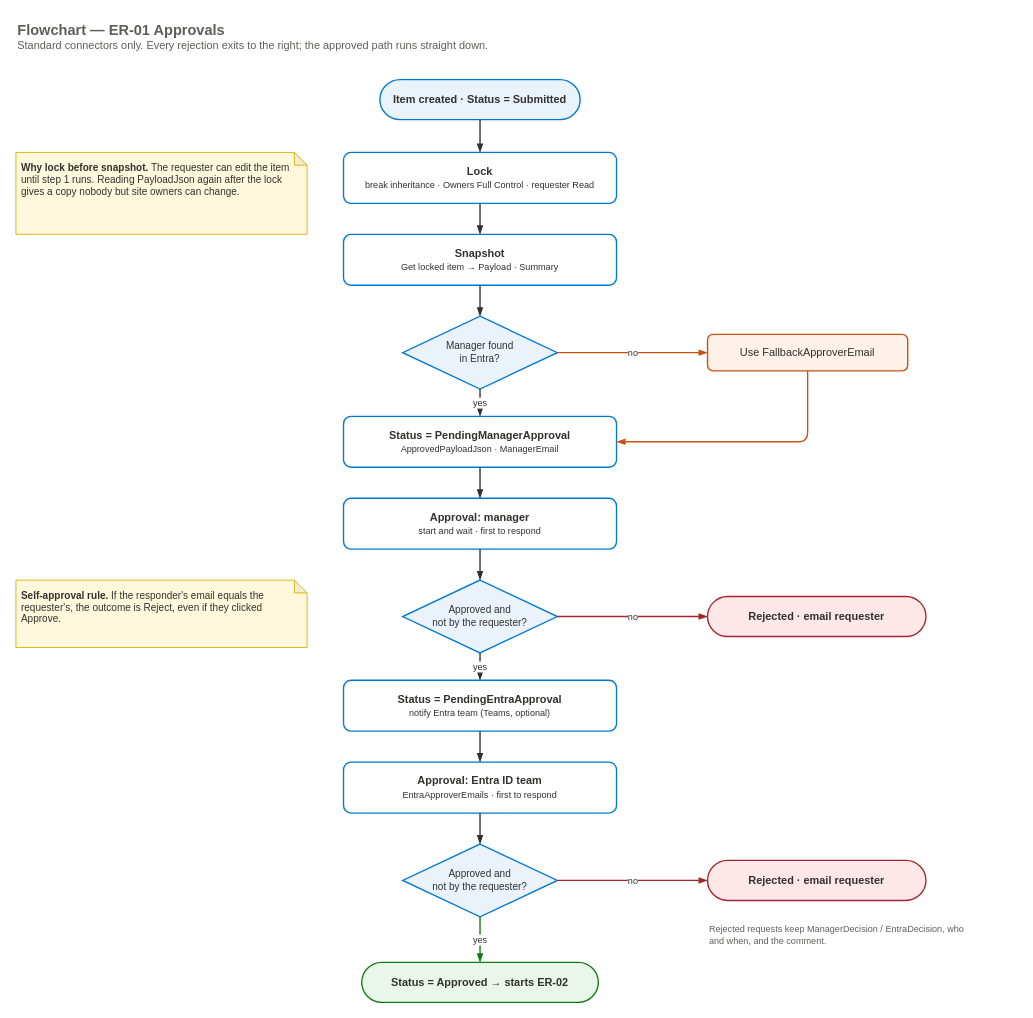
ravindercheemagithub/entra-powerplatform keeps this draw.io diagram as page "6 Flow - ER-01 Approvals" (6 of 14) of diagrams/entra-powerplatform.drawio. Above is the earlier version. Source tidied: cells renumbered, new cells numbered last; positions are measured from the earlier drawing's top-left corner, leaving out a move shared by most shapes. Both pictures are drawn from the tidied source at 91%, with x=0, y=0 at pixel (15, 15).
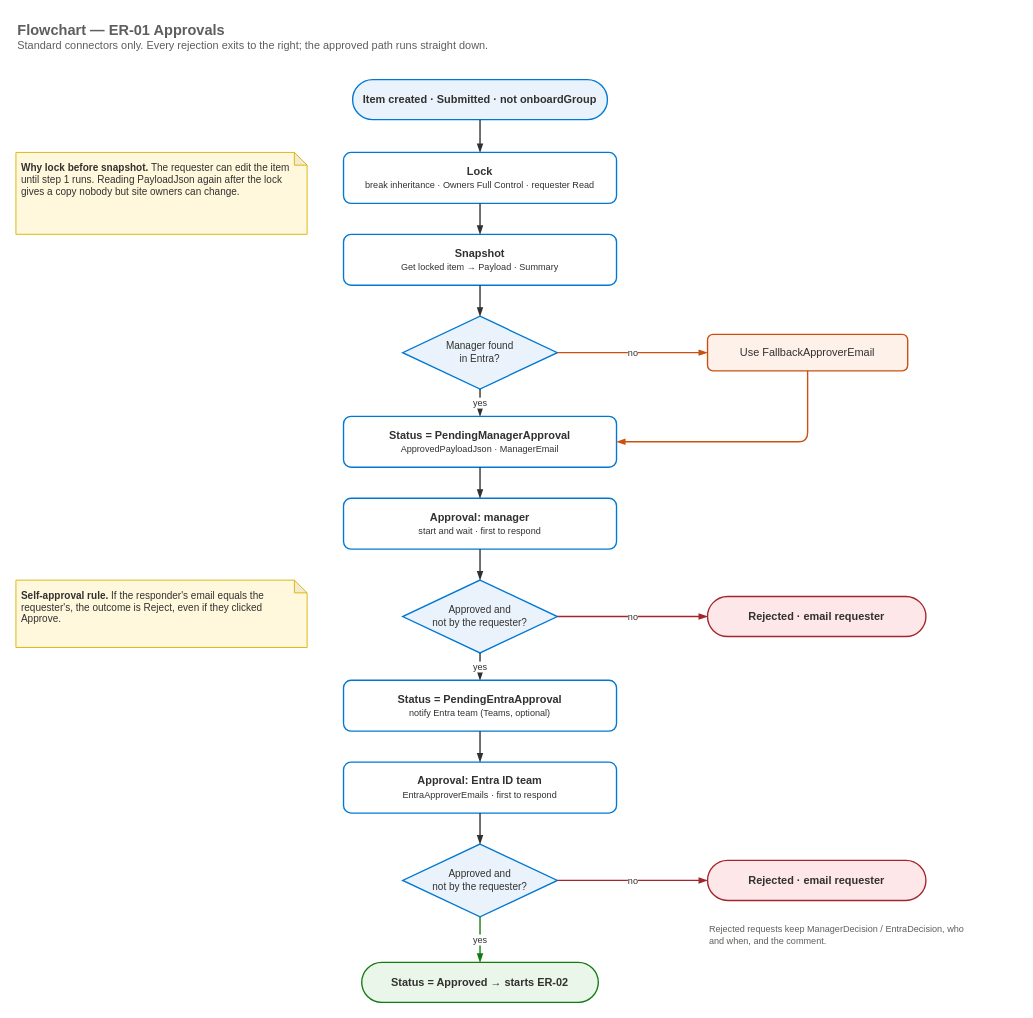
Above is the later version.

What changed in the source:
```diff
@@
-    <mxCell id="3" value="Item created &amp;middot; Status = Submitted" style="rounded=1;arcSize=50;whiteSpace=wrap;html=1;fillColor=#EAF3FB;strokeColor=#0078D4;strokeWidth=1.5;fontSize=12;fontStyle=1;fontColor=#323130;" parent="1" vertex="1">
-      <mxGeometry x="400" y="70" width="220" height="44" as="geometry" />
+    <mxCell id="3" value="Item created &amp;middot; Submitted &amp;middot; not onboardGroup" style="rounded=1;arcSize=50;whiteSpace=wrap;html=1;fillColor=#EAF3FB;strokeColor=#0078D4;strokeWidth=1.5;fontSize=12;fontStyle=1;fontColor=#323130;" parent="1" vertex="1">
+      <mxGeometry x="370" y="70" width="280" height="44" as="geometry" />
     </mxCell>
```
